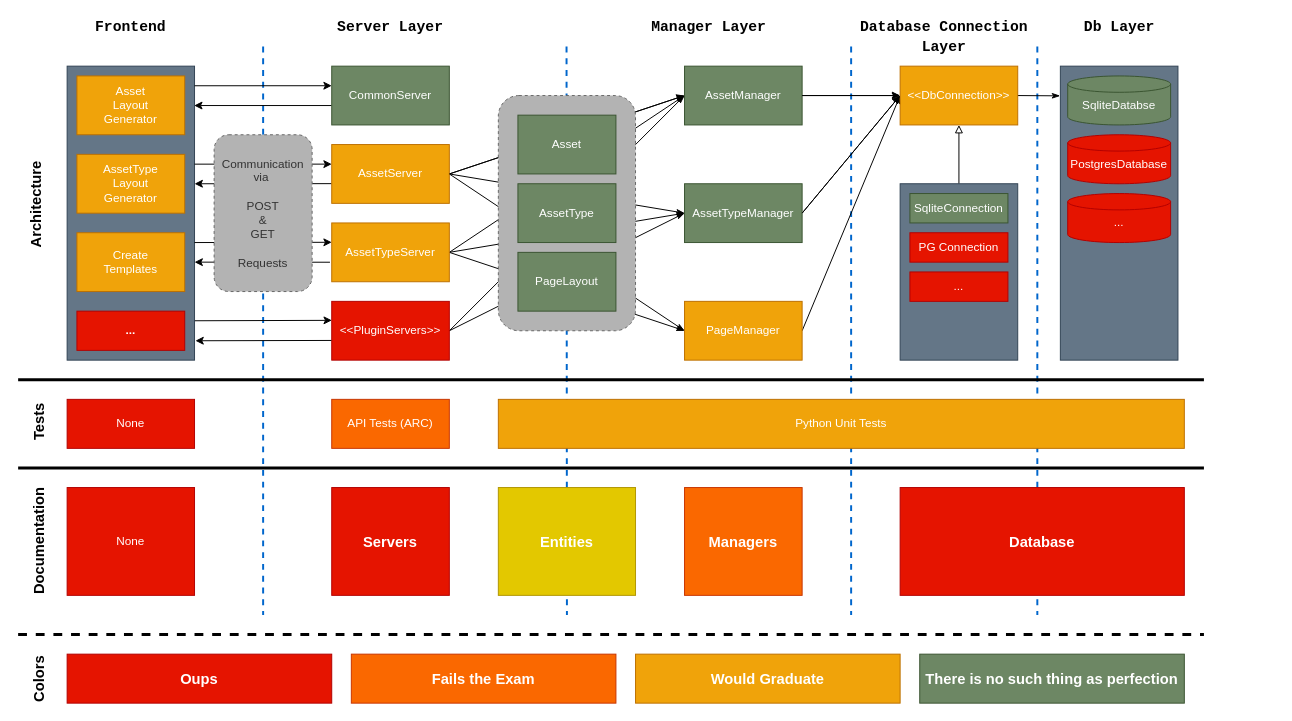
The draw.io diagram doc/graphics/drawio files/AnyBase.drawio in PDT42/AnyBase, before the edit. Source tidied: cells renumbered, new cells numbered last; positions are measured from the earlier drawing's top-left corner, leaving out a move shared by most shapes. Both pictures are drawn from the tidied source at 98%, with x=0, y=0 at pixel (-138, 17).
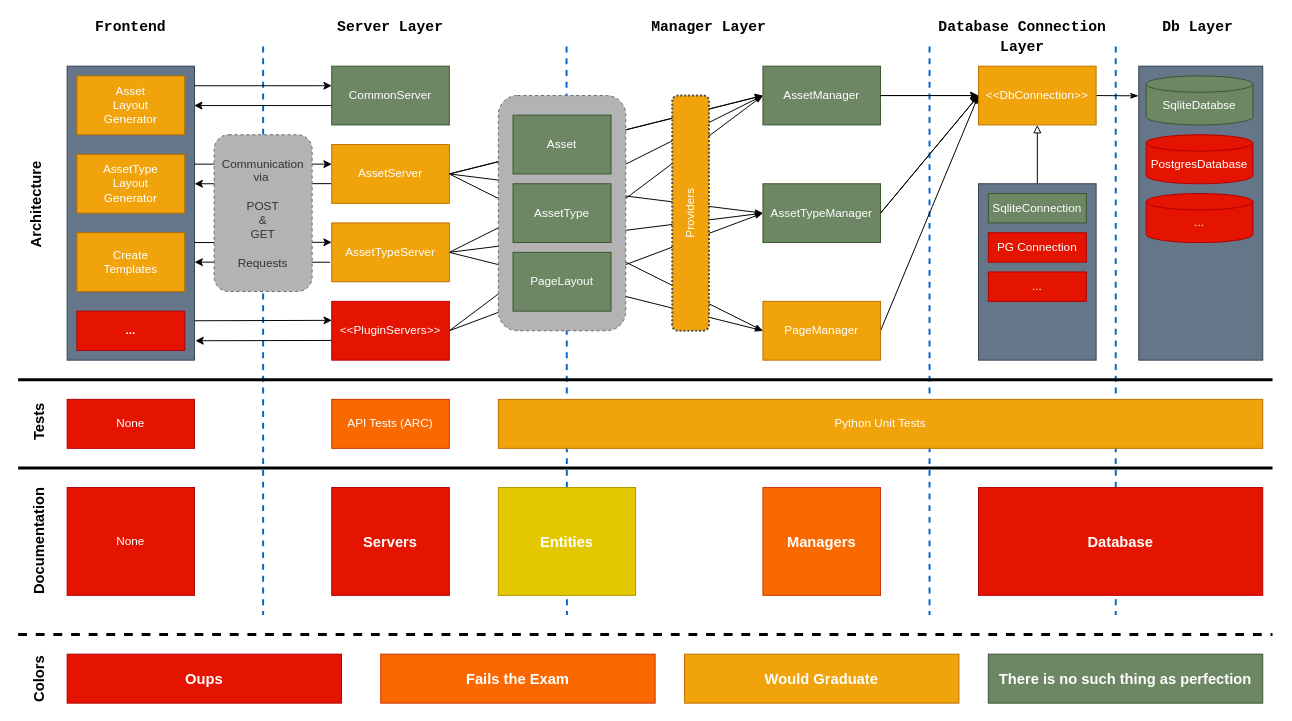
Above is the later version.

The edit, as a diff of the source:
```diff
@@
     <mxCell id="2" style="endArrow=none;dashed=1;html=1;rounded=0;strokeWidth=2;strokeColor=#0066CC;" parent="1" edge="1">
       <mxGeometry relative="1" as="geometry">
-        <mxPoint x="1199" y="30" as="sourcePoint" />
-        <mxPoint x="1199" y="610" as="targetPoint" />
+        <mxPoint x="1279" y="30" as="sourcePoint" />
+        <mxPoint x="1279" y="610" as="targetPoint" />
       </mxGeometry>
     </mxCell>
     <mxCell id="3" style="endArrow=none;dashed=1;html=1;rounded=0;strokeWidth=2;strokeColor=#0066CC;" parent="1" edge="1">
       <mxGeometry relative="1" as="geometry">
-        <mxPoint x="1009" y="30" as="sourcePoint" />
-        <mxPoint x="1009" y="610" as="targetPoint" />
+        <mxPoint x="1089" y="30" as="sourcePoint" />
+        <mxPoint x="1089" y="610" as="targetPoint" />
       </mxGeometry>
     </mxCell>
@@
     <mxCell id="29" value="AssetManager" style="rounded=0;whiteSpace=wrap;html=1;fillColor=#6d8764;strokeColor=#3A5431;fontColor=#ffffff;" parent="1" vertex="1">
-      <mxGeometry x="839" y="50" width="120" height="60" as="geometry" />
+      <mxGeometry x="919" y="50" width="120" height="60" as="geometry" />
     </mxCell>
@@
     <mxCell id="31" value="AssetTypeManager" style="rounded=0;whiteSpace=wrap;html=1;fillColor=#6d8764;strokeColor=#3A5431;fontColor=#ffffff;" parent="1" vertex="1">
-      <mxGeometry x="839" y="170" width="120" height="60" as="geometry" />
+      <mxGeometry x="919" y="170" width="120" height="60" as="geometry" />
     </mxCell>
@@
     <mxCell id="33" value="PageManager" style="rounded=0;whiteSpace=wrap;html=1;fillColor=#f0a30a;strokeColor=#BD7000;fontColor=#ffffff;" parent="1" vertex="1">
-      <mxGeometry x="839" y="290" width="120" height="60" as="geometry" />
+      <mxGeometry x="919" y="290" width="120" height="60" as="geometry" />
     </mxCell>
@@
     <mxCell id="35" value="&amp;lt;&amp;lt;DbConnection&amp;gt;&amp;gt;" style="rounded=0;whiteSpace=wrap;html=1;fillColor=#f0a30a;strokeColor=#BD7000;fontColor=#ffffff;" parent="1" vertex="1">
-      <mxGeometry x="1059" y="50" width="120" height="60" as="geometry" />
+      <mxGeometry x="1139" y="50" width="120" height="60" as="geometry" />
     </mxCell>
@@
     <mxCell id="37" style="rounded=0;whiteSpace=wrap;html=1;fillColor=#647687;strokeColor=#314354;fontColor=#ffffff;" parent="1" vertex="1">
-      <mxGeometry x="1059" y="170" width="120" height="180" as="geometry" />
+      <mxGeometry x="1139" y="170" width="120" height="180" as="geometry" />
     </mxCell>
     <mxCell id="38" value="SqliteConnection" style="rounded=0;whiteSpace=wrap;html=1;fillColor=#6d8764;strokeColor=#3A5431;fontColor=#ffffff;" parent="1" vertex="1">
-      <mxGeometry x="1069" y="180" width="100" height="30" as="geometry" />
+      <mxGeometry x="1149" y="180" width="100" height="30" as="geometry" />
     </mxCell>
     <mxCell id="39" style="edgeStyle=none;rounded=0;orthogonalLoop=1;jettySize=auto;html=1;endArrow=classicThin;endFill=1;" parent="1" edge="1">
       <mxGeometry relative="1" as="geometry">
-        <mxPoint x="959" y="80" as="sourcePoint" />
-        <mxPoint x="1059" y="80" as="targetPoint" />
+        <mxPoint x="1039" y="80" as="sourcePoint" />
+        <mxPoint x="1139" y="80" as="targetPoint" />
       </mxGeometry>
     </mxCell>
@@
-    <mxCell id="41" style="rounded=0;orthogonalLoop=1;jettySize=auto;html=1;exitX=1;exitY=0.5;exitDx=0;exitDy=0;entryX=0;entryY=0.5;entryDx=0;entryDy=0;endArrow=classicThin;endFill=1;" parent="1" edge="1">
+    <mxCell id="41" style="rounded=0;orthogonalLoop=1;jettySize=auto;html=1;exitX=1;exitY=0.5;exitDx=0;exitDy=0;endArrow=classicThin;endFill=1;" parent="1" edge="1">
       <mxGeometry relative="1" as="geometry">
         <mxPoint x="599" y="160" as="sourcePoint" />
-        <mxPoint x="839" y="80" as="targetPoint" />
+        <mxPoint x="919" y="80" as="targetPoint" />
       </mxGeometry>
     </mxCell>
     <mxCell id="42" style="rounded=0;whiteSpace=wrap;html=1;fontSize=12;fillColor=#647687;strokeColor=#314354;fontColor=#ffffff;" parent="1" vertex="1">
-      <mxGeometry x="1222.5" y="50" width="120" height="300" as="geometry" />
+      <mxGeometry x="1302.5" y="50" width="126.5" height="300" as="geometry" />
     </mxCell>
     <mxCell id="43" value="SqliteDatabse" style="strokeWidth=1;html=1;shape=mxgraph.flowchart.database;whiteSpace=wrap;verticalAlign=middle;fontSize=12;labelPosition=center;verticalLabelPosition=middle;align=center;spacingTop=10;fillColor=#6d8764;strokeColor=#3A5431;fontColor=#ffffff;" parent="1" vertex="1">
-      <mxGeometry x="1230" y="60" width="105" height="50" as="geometry" />
+      <mxGeometry x="1310" y="60" width="109" height="50" as="geometry" />
     </mxCell>
@@
     <mxCell id="45" style="rounded=1;whiteSpace=wrap;html=1;strokeWidth=1;fontSize=12;dashed=1;strokeColor=#666666;fontColor=#333333;fillColor=#B3B3B3;" parent="1" vertex="1">
-      <mxGeometry x="649" y="80" width="140" height="240" as="geometry" />
+      <mxGeometry x="649" y="80" width="130" height="240" as="geometry" />
     </mxCell>
     <mxCell id="46" value="Asset" style="rounded=0;whiteSpace=wrap;html=1;strokeWidth=1;fontSize=12;fillColor=#6d8764;strokeColor=#3A5431;fontColor=#ffffff;" parent="1" vertex="1">
-      <mxGeometry x="669" y="100" width="100" height="60" as="geometry" />
+      <mxGeometry x="664" y="100" width="100" height="60" as="geometry" />
     </mxCell>
     <mxCell id="47" value="AssetType" style="rounded=0;whiteSpace=wrap;html=1;strokeWidth=1;fontSize=12;fillColor=#6d8764;strokeColor=#3A5431;fontColor=#ffffff;" parent="1" vertex="1">
-      <mxGeometry x="669" y="170" width="100" height="60" as="geometry" />
+      <mxGeometry x="664" y="170" width="100" height="60" as="geometry" />
     </mxCell>
     <mxCell id="48" value="&lt;span style=&quot;font-weight: normal&quot;&gt;PageLayout&lt;/span&gt;" style="rounded=0;whiteSpace=wrap;html=1;strokeWidth=1;fontSize=12;fontStyle=1;fillColor=#6d8764;strokeColor=#3A5431;fontColor=#ffffff;" parent="1" vertex="1">
-      <mxGeometry x="669" y="240" width="100" height="60" as="geometry" />
+      <mxGeometry x="664" y="240" width="100" height="60" as="geometry" />
     </mxCell>
@@
     <mxCell id="53" value="PostgresDatabase" style="strokeWidth=1;html=1;shape=mxgraph.flowchart.database;whiteSpace=wrap;verticalAlign=middle;fontSize=12;labelPosition=center;verticalLabelPosition=middle;align=center;spacingTop=10;fillColor=#e51400;strokeColor=#B20000;fontColor=#ffffff;" parent="1" vertex="1">
-      <mxGeometry x="1230" y="120" width="105" height="50" as="geometry" />
+      <mxGeometry x="1310" y="120" width="109" height="50" as="geometry" />
     </mxCell>
@@
     <mxCell id="55" style="endArrow=none;html=1;fontSize=12;strokeWidth=3;" parent="1" edge="1">
       <mxGeometry relative="1" as="geometry">
         <mxPoint x="159" y="370" as="sourcePoint" />
-        <mxPoint x="1369" y="370" as="targetPoint" />
+        <mxPoint x="1439" y="370" as="targetPoint" />
       </mxGeometry>
     </mxCell>
@@
     <mxCell id="57" value="Python Unit Tests" style="rounded=0;whiteSpace=wrap;html=1;strokeWidth=1;fillColor=#f0a30a;fontSize=12;strokeColor=#BD7000;fontColor=#ffffff;" parent="1" vertex="1">
-      <mxGeometry x="649" y="390" width="700" height="50" as="geometry" />
+      <mxGeometry x="649" y="390" width="780" height="50" as="geometry" />
     </mxCell>
     <mxCell id="58" value="PG Connection" style="rounded=0;whiteSpace=wrap;html=1;fillColor=#e51400;strokeColor=#B20000;fontColor=#ffffff;" parent="1" vertex="1">
-      <mxGeometry x="1069" y="220" width="100" height="30" as="geometry" />
+      <mxGeometry x="1149" y="220" width="100" height="30" as="geometry" />
     </mxCell>
     <mxCell id="59" value="..." style="rounded=0;whiteSpace=wrap;html=1;fillColor=#e51400;strokeColor=#B20000;fontColor=#ffffff;" parent="1" vertex="1">
-      <mxGeometry x="1069" y="260" width="100" height="30" as="geometry" />
+      <mxGeometry x="1149" y="260" width="100" height="30" as="geometry" />
     </mxCell>
     <mxCell id="60" value="..." style="strokeWidth=1;html=1;shape=mxgraph.flowchart.database;whiteSpace=wrap;verticalAlign=middle;fontSize=12;labelPosition=center;verticalLabelPosition=middle;align=center;spacingTop=10;fillColor=#e51400;strokeColor=#B20000;fontColor=#ffffff;" parent="1" vertex="1">
-      <mxGeometry x="1230" y="180" width="105" height="50" as="geometry" />
+      <mxGeometry x="1310" y="180" width="109" height="50" as="geometry" />
     </mxCell>
@@
     <mxCell id="65" value="&lt;font face=&quot;Courier New&quot;&gt;Database Connection&lt;br&gt;Layer&lt;br&gt;&lt;/font&gt;" style="text;html=1;strokeColor=none;fillColor=none;align=center;verticalAlign=middle;whiteSpace=wrap;rounded=0;fontSize=15;fontStyle=1;" parent="1" vertex="1">
-      <mxGeometry x="1009" y="10" width="190" height="20" as="geometry" />
+      <mxGeometry x="1089" y="10" width="190" height="20" as="geometry" />
     </mxCell>
     <mxCell id="66" value="&lt;font face=&quot;Courier New&quot;&gt;Db Layer&lt;/font&gt;" style="text;html=1;strokeColor=none;fillColor=none;align=center;verticalAlign=middle;whiteSpace=wrap;rounded=0;fontSize=15;fontStyle=1;" parent="1" vertex="1">
-      <mxGeometry x="1222.5" width="120" height="20" as="geometry" />
+      <mxGeometry x="1302.5" width="120" height="20" as="geometry" />
     </mxCell>
     <mxCell id="67" style="endArrow=none;html=1;fontSize=12;strokeWidth=3;" parent="1" edge="1">
       <mxGeometry relative="1" as="geometry">
         <mxPoint x="159" y="460" as="sourcePoint" />
-        <mxPoint x="1369" y="460" as="targetPoint" />
+        <mxPoint x="1439" y="460" as="targetPoint" />
       </mxGeometry>
     </mxCell>
@@
     <mxCell id="72" value="&lt;font style=&quot;font-size: 15px&quot;&gt;&lt;b&gt;Managers&lt;/b&gt;&lt;/font&gt;" style="rounded=0;whiteSpace=wrap;html=1;fillColor=#fa6800;strokeColor=#C73500;fontColor=#ffffff;" parent="1" vertex="1">
-      <mxGeometry x="839" y="480" width="120" height="110" as="geometry" />
+      <mxGeometry x="919" y="480" width="120" height="110" as="geometry" />
     </mxCell>
     <mxCell id="73" value="&lt;font style=&quot;font-size: 15px&quot;&gt;&lt;b&gt;Database&lt;/b&gt;&lt;/font&gt;" style="rounded=0;whiteSpace=wrap;html=1;fillColor=#e51400;strokeColor=#B20000;fontColor=#ffffff;" parent="1" vertex="1">
-      <mxGeometry x="1059" y="480" width="290" height="110" as="geometry" />
+      <mxGeometry x="1139" y="480" width="290" height="110" as="geometry" />
     </mxCell>
     <mxCell id="74" style="endArrow=none;dashed=1;html=1;strokeWidth=3;fontSize=15;" parent="1" edge="1">
       <mxGeometry relative="1" as="geometry">
         <mxPoint x="159" y="630" as="sourcePoint" />
-        <mxPoint x="1369" y="630" as="targetPoint" />
+        <mxPoint x="1439" y="630" as="targetPoint" />
       </mxGeometry>
     </mxCell>
@@
     <mxCell id="76" value="&lt;b&gt;Oups&lt;/b&gt;" style="rounded=0;whiteSpace=wrap;html=1;strokeWidth=1;fillColor=#e51400;fontSize=15;strokeColor=#B20000;fontColor=#ffffff;" parent="1" vertex="1">
-      <mxGeometry x="209" y="650" width="270" height="50" as="geometry" />
+      <mxGeometry x="209" y="650" width="280" height="50" as="geometry" />
     </mxCell>
     <mxCell id="77" value="&lt;b&gt;Fails the Exam&lt;/b&gt;" style="rounded=0;whiteSpace=wrap;html=1;strokeWidth=1;fillColor=#fa6800;fontSize=15;strokeColor=#C73500;fontColor=#ffffff;" parent="1" vertex="1">
-      <mxGeometry x="499" y="650" width="270" height="50" as="geometry" />
+      <mxGeometry x="529" y="650" width="280" height="50" as="geometry" />
     </mxCell>
     <mxCell id="78" value="&lt;b&gt;Would Graduate&lt;/b&gt;" style="rounded=0;whiteSpace=wrap;html=1;strokeWidth=1;fillColor=#f0a30a;fontSize=15;strokeColor=#BD7000;fontColor=#ffffff;" parent="1" vertex="1">
-      <mxGeometry x="789" y="650" width="270" height="50" as="geometry" />
+      <mxGeometry x="839" y="650" width="280" height="50" as="geometry" />
     </mxCell>
     <mxCell id="79" value="&lt;b&gt;There is no such thing as perfection&lt;/b&gt;" style="rounded=0;whiteSpace=wrap;html=1;strokeWidth=1;fillColor=#6d8764;fontSize=15;strokeColor=#3A5431;fontColor=#ffffff;" parent="1" vertex="1">
-      <mxGeometry x="1079" y="650" width="270" height="50" as="geometry" />
+      <mxGeometry x="1149" y="650" width="280" height="50" as="geometry" />
     </mxCell>
+    <mxCell id="80" value="Providers" style="rounded=1;whiteSpace=wrap;html=1;rotation=-90;fillColor=#f0a30a;fontColor=#ffffff;dashed=1;strokeColor=#4D4D4D;perimeterSpacing=0;strokeWidth=2;dashPattern=1 1;glass=0;sketch=0;shadow=0;" parent="1" vertex="1">
+      <mxGeometry x="725.2" y="181.2" width="240" height="37.5" as="geometry" />
+    </mxCell>
```
